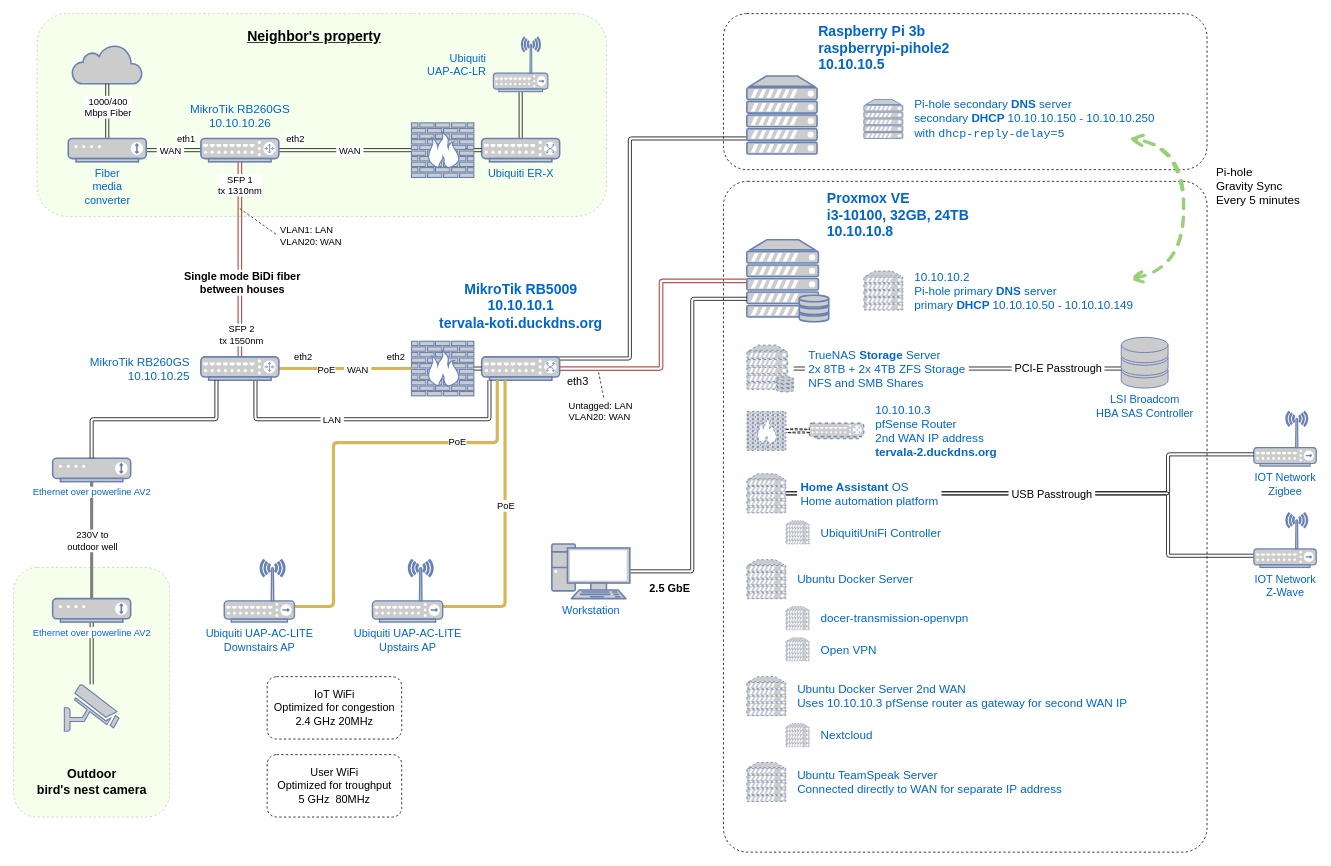
Above: Homelab network diagram.drawio in MikkoTervala/homelab-diagram (draw.io), before the change. Source tidied: cells renumbered, new cells numbered last; positions are measured from the earlier drawing's top-left corner, leaving out a move shared by most shapes. Both pictures are drawn from the tidied source at 78%, with x=0, y=0 at pixel (13, 13).
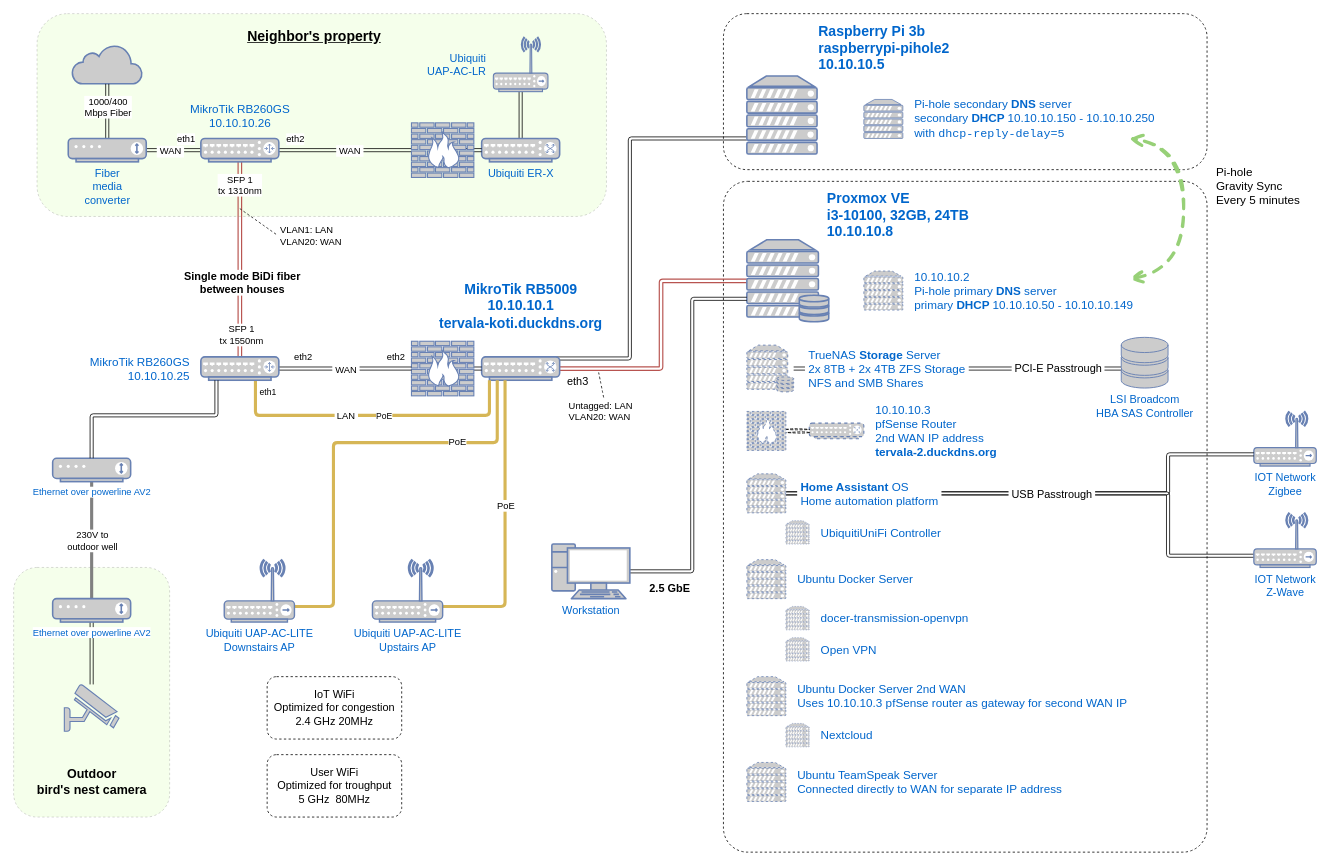
The same diagram, later.

Commit message (it also covers changes not shown here):
Fixed switch connection tags

Unchanged cells that the change refers to:
```xml
<mxCell id="15" value="&lt;font style=&quot;font-size: 18px&quot;&gt;&lt;b&gt;MikroTik RB5009&lt;br&gt;10.10.10.1&lt;br&gt;tervala-koti.duckdns.org&lt;br&gt;&lt;/b&gt;&lt;br&gt;&lt;/font&gt;" style="fontColor=#0066CC;verticalAlign=bottom;verticalLabelPosition=top;labelPosition=center;align=center;html=1;outlineConnect=0;fillColor=#CCCCCC;strokeColor=#6881B3;gradientColor=none;gradientDirection=north;strokeWidth=2;shape=mxgraph.networks.switch;points=[[0,0.5,0,0,0],[0.05,0.07,0,0,0],[0.1,1,0,0,0],[0.3,1,0,0,0],[0.5,0,0,0,0],[0.5,1,0,0,0],[0.7,1,0,0,0],[0.9,1,0,0,0],[0.95,0.07,0,0,0],[1,0.5,0,0,0]];spacing=10;rounded=1;" parent="1" vertex="1">
  <mxGeometry x="600" y="440" width="100" height="30" as="geometry" />
</mxCell>
<mxCell id="18" style="fontColor=#0066CC;verticalAlign=top;verticalLabelPosition=bottom;labelPosition=center;align=center;html=1;outlineConnect=0;fillColor=#CCCCCC;strokeColor=#6881B3;gradientColor=none;gradientDirection=north;strokeWidth=2;shape=mxgraph.networks.firewall;rounded=1;" parent="1" vertex="1">
  <mxGeometry x="510" y="420" width="80" height="70" as="geometry" />
</mxCell>
<mxCell id="26" style="edgeStyle=orthogonalEdgeStyle;shape=link;rounded=1;jettySize=auto;html=1;exitX=0.5;exitY=1;exitDx=0;exitDy=0;exitPerimeter=0;entryX=0.5;entryY=0;entryDx=0;entryDy=0;entryPerimeter=0;fontSize=14;fillColor=#f8cecc;strokeColor=#b85450;curved=1;fontStyle=0;strokeWidth=1.5;" parent="1" edge="1" source="33" target="46">
  <mxGeometry relative="1" as="geometry" />
</mxCell>
<mxCell id="46" value="&lt;span style=&quot;font-size: 15px&quot;&gt;MikroTik RB260GS&lt;/span&gt;&lt;br style=&quot;font-size: 15px&quot;&gt;&lt;span style=&quot;font-size: 15px&quot;&gt;10.10.10.25&lt;/span&gt;" style="fontColor=#0066CC;verticalAlign=middle;verticalLabelPosition=middle;labelPosition=left;align=right;html=1;outlineConnect=0;fillColor=#CCCCCC;strokeColor=#6881B3;gradientColor=none;gradientDirection=north;strokeWidth=2;shape=mxgraph.networks.router;points=[[0,0.5,0,0,0],[0.05,0.07,0,0,0],[0.1,1,0,0,0],[0.3,1,0,0,0],[0.5,0,0,0,0],[0.5,1,0,0,0],[0.7,1,0,0,0],[0.9,1,0,0,0],[0.95,0.07,0,0,0],[1,0.5,0,0,0]];rounded=1;spacing=15;" parent="1" vertex="1">
  <mxGeometry x="240" y="440" width="100" height="30" as="geometry" />
</mxCell>
<mxCell id="81" value="Ethernet over powerline AV2" style="fontColor=#0066CC;verticalAlign=top;verticalLabelPosition=bottom;labelPosition=center;align=center;html=1;outlineConnect=0;fillColor=#CCCCCC;strokeColor=#6881B3;gradientColor=none;gradientDirection=north;strokeWidth=2;shape=mxgraph.networks.modem;rounded=1;labelBackgroundColor=default;fontFamily=Helvetica;fontSize=12;" parent="1" vertex="1">
  <mxGeometry x="50" y="570" width="100" height="30" as="geometry" />
</mxCell>
```

Change to the diagram source:
```diff
@@
-    <mxCell id="28" value="SFP 2&lt;br style=&quot;font-size: 12px;&quot;&gt;tx 1550nm" style="edgeLabel;html=1;align=center;verticalAlign=middle;fontSize=12;rounded=1;" parent="26" vertex="1">
+    <mxCell id="28" value="SFP 1&lt;br style=&quot;font-size: 12px&quot;&gt;tx 1550nm" style="edgeLabel;html=1;align=center;verticalAlign=middle;fontSize=12;rounded=1;" parent="26" vertex="1">
       <mxGeometry x="0.88" y="1" relative="1" as="geometry">
         <mxPoint y="-14" as="offset" />
       </mxGeometry>
     </mxCell>
@@
-    <mxCell id="39" style="edgeStyle=orthogonalEdgeStyle;rounded=1;jettySize=auto;html=1;exitX=1;exitY=0.5;exitDx=0;exitDy=0;exitPerimeter=0;entryX=0;entryY=0.5;entryDx=0;entryDy=0;entryPerimeter=0;curved=1;fillColor=#fff2cc;strokeColor=#d6b656;endArrow=none;endFill=0;strokeWidth=4;" parent="1" edge="1" source="46" target="18">
+    <mxCell id="39" style="edgeStyle=orthogonalEdgeStyle;rounded=1;jettySize=auto;html=1;exitX=1;exitY=0.5;exitDx=0;exitDy=0;exitPerimeter=0;entryX=0;entryY=0.5;entryDx=0;entryDy=0;entryPerimeter=0;curved=1;fillColor=#fff2cc;strokeColor=default;endArrow=classic;endFill=0;strokeWidth=1;shape=link;" parent="1" edge="1" source="46" target="18">
       <mxGeometry relative="1" as="geometry" />
     </mxCell>
@@
     <mxCell id="42" value="&amp;nbsp;WAN&amp;nbsp;" style="edgeLabel;html=1;align=center;verticalAlign=middle;fontSize=12;rounded=1;" parent="39" vertex="1">
       <mxGeometry x="0.2" y="-1" relative="1" as="geometry">
-        <mxPoint x="-2" as="offset" />
+        <mxPoint x="-17" as="offset" />
       </mxGeometry>
     </mxCell>
-    <mxCell id="43" value="PoE" style="edgeLabel;html=1;align=center;verticalAlign=middle;fontSize=12;fontFamily=Helvetica;fontColor=default;" parent="39" vertex="1">
-      <mxGeometry x="0.32" y="-2" relative="1" as="geometry">
-        <mxPoint x="-52" y="-1" as="offset" />
-      </mxGeometry>
-    </mxCell>
-    <mxCell id="44" style="edgeStyle=orthogonalEdgeStyle;shape=link;rounded=1;jettySize=auto;html=1;entryX=0.1;entryY=1;entryDx=0;entryDy=0;entryPerimeter=0;curved=1;exitX=0.7;exitY=1;exitDx=0;exitDy=0;exitPerimeter=0;" parent="1" edge="1" source="46" target="15">
+    <mxCell id="44" style="edgeStyle=orthogonalEdgeStyle;rounded=1;jettySize=auto;html=1;entryX=0.1;entryY=1;entryDx=0;entryDy=0;entryPerimeter=0;exitX=0.7;exitY=1;exitDx=0;exitDy=0;exitPerimeter=0;endArrow=none;strokeColor=#d6b656;fillColor=#fff2cc;endFill=0;strokeWidth=4;arcSize=10;" parent="1" edge="1" source="46" target="15">
       <mxGeometry relative="1" as="geometry">
         <Array as="points">
-          <mxPoint x="310" y="520" />
-          <mxPoint x="610" y="520" />
+          <mxPoint x="310" y="515" />
+          <mxPoint x="610" y="515" />
         </Array>
       </mxGeometry>
     </mxCell>
     <mxCell id="45" value="&amp;nbsp;LAN&amp;nbsp;" style="edgeLabel;html=1;align=center;verticalAlign=middle;fontSize=12;rounded=1;" parent="44" vertex="1">
       <mxGeometry x="-0.28" y="2" relative="1" as="geometry">
-        <mxPoint x="3" y="2" as="offset" />
+        <mxPoint x="20" y="2" as="offset" />
       </mxGeometry>
     </mxCell>
+    <mxCell id="43" value="PoE" style="edgeLabel;html=1;align=center;verticalAlign=middle;" parent="44" vertex="1">
+      <mxGeometry x="0.07" relative="1" as="geometry" />
+    </mxCell>
+    <mxCell id="93" value="eth1" style="edgeLabel;html=1;align=center;verticalAlign=middle;" parent="44" vertex="1">
+      <mxGeometry x="-0.95" y="2" relative="1" as="geometry">
+        <mxPoint x="13" y="5" as="offset" />
+      </mxGeometry>
+    </mxCell>
@@
     <mxCell id="82" style="edgeStyle=orthogonalEdgeStyle;shape=link;rounded=1;jettySize=auto;html=1;curved=1;" parent="1" edge="1" source="81" target="46">
       <mxGeometry relative="1" as="geometry">
         <Array as="points">
-          <mxPoint x="100" y="520" />
-          <mxPoint x="260" y="520" />
+          <mxPoint x="100" y="515" />
+          <mxPoint x="260" y="515" />
         </Array>
       </mxGeometry>
     </mxCell>
```
